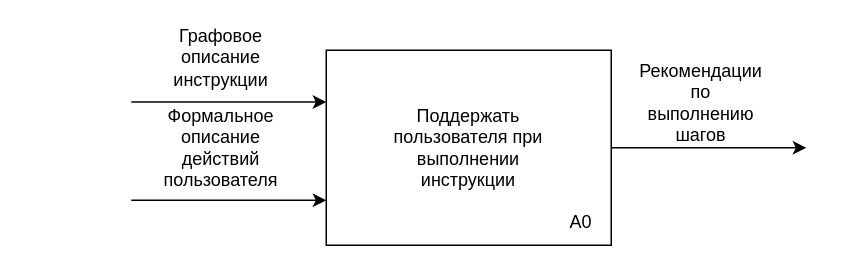
Before: report/inc/img/idef05.drawio in Jarozin/diplom, a draw.io diagram. Source tidied: cells renumbered, new cells numbered last; positions are measured from the earlier drawing's top-left corner, leaving out a move shared by most shapes. Both pictures are drawn from the tidied source at 150%, with x=0, y=0 at pixel (130, 34).
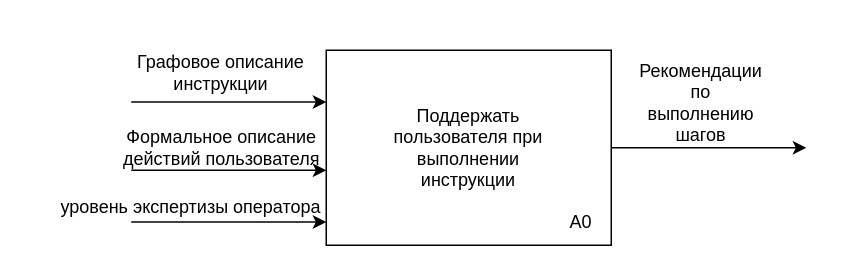
After the change.

What changed in the source:
```diff
@@
 <mxGraphModel>
   <root>
     <mxCell id="0" />
     <mxCell id="1" parent="0" />
     <mxCell id="2" style="rounded=0;whiteSpace=wrap;html=1;" parent="1" vertex="1">
       <mxGeometry x="130" y="10" width="190" height="130" as="geometry" />
     </mxCell>
     <mxCell id="3" value="А0" style="text;html=1;align=center;verticalAlign=middle;whiteSpace=wrap;rounded=0;" parent="1" vertex="1">
       <mxGeometry x="270" y="110" width="60" height="30" as="geometry" />
     </mxCell>
     <mxCell id="4" style="endArrow=classic;html=1;rounded=0;exitX=1;exitY=0.5;exitDx=0;exitDy=0;" parent="1" edge="1" source="2">
       <mxGeometry relative="1" as="geometry">
         <mxPoint x="450" y="75" as="targetPoint" />
       </mxGeometry>
     </mxCell>
     <mxCell id="5" value="Рекомендации по выполнению шагов" style="text;html=1;align=center;verticalAlign=middle;whiteSpace=wrap;rounded=0;" parent="1" vertex="1">
       <mxGeometry x="350" y="30" width="60" height="30" as="geometry" />
     </mxCell>
     <mxCell id="6" style="endArrow=classic;html=1;rounded=0;exitX=1;exitY=0.5;exitDx=0;exitDy=0;" parent="1" edge="1">
       <mxGeometry relative="1" as="geometry">
         <mxPoint y="44.5" as="sourcePoint" />
         <mxPoint x="130" y="44.5" as="targetPoint" />
       </mxGeometry>
     </mxCell>
     <mxCell id="7" style="endArrow=classic;html=1;rounded=0;exitX=1;exitY=0.5;exitDx=0;exitDy=0;" parent="1" edge="1">
       <mxGeometry relative="1" as="geometry">
-        <mxPoint y="110" as="sourcePoint" />
-        <mxPoint x="130" y="110" as="targetPoint" />
+        <mxPoint y="90" as="sourcePoint" />
+        <mxPoint x="130" y="90" as="targetPoint" />
       </mxGeometry>
     </mxCell>
     <mxCell id="8" value="Графовое описание инструкции" style="text;html=1;align=center;verticalAlign=middle;whiteSpace=wrap;rounded=0;" parent="1" vertex="1">
-      <mxGeometry x="30" width="60" height="30" as="geometry" />
+      <mxGeometry x="-15" y="10" width="150" height="30" as="geometry" />
     </mxCell>
     <mxCell id="9" value="Формальное описание действий пользователя" style="text;html=1;align=center;verticalAlign=middle;whiteSpace=wrap;rounded=0;" parent="1" vertex="1">
-      <mxGeometry x="30" y="60" width="60" height="30" as="geometry" />
+      <mxGeometry x="-22.5" y="60" width="165" height="30" as="geometry" />
     </mxCell>
     <mxCell id="10" value="Поддержать пользователя при выполнении инструкции" style="text;html=1;align=center;verticalAlign=middle;whiteSpace=wrap;rounded=0;" parent="1" vertex="1">
       <mxGeometry x="160" y="60" width="130" height="30" as="geometry" />
     </mxCell>
+    <mxCell id="11" value="уровень экспертизы оператора" style="text;html=1;align=center;verticalAlign=middle;whiteSpace=wrap;rounded=0;" parent="1" vertex="1">
+      <mxGeometry x="-70" y="100" width="220" height="30" as="geometry" />
+    </mxCell>
+    <mxCell id="12" style="endArrow=classic;html=1;rounded=0;exitX=1;exitY=0.5;exitDx=0;exitDy=0;" parent="1" edge="1">
+      <mxGeometry relative="1" as="geometry">
+        <mxPoint y="124.5" as="sourcePoint" />
+        <mxPoint x="130" y="124.5" as="targetPoint" />
+      </mxGeometry>
+    </mxCell>
   </root>
 </mxGraphModel>
```
